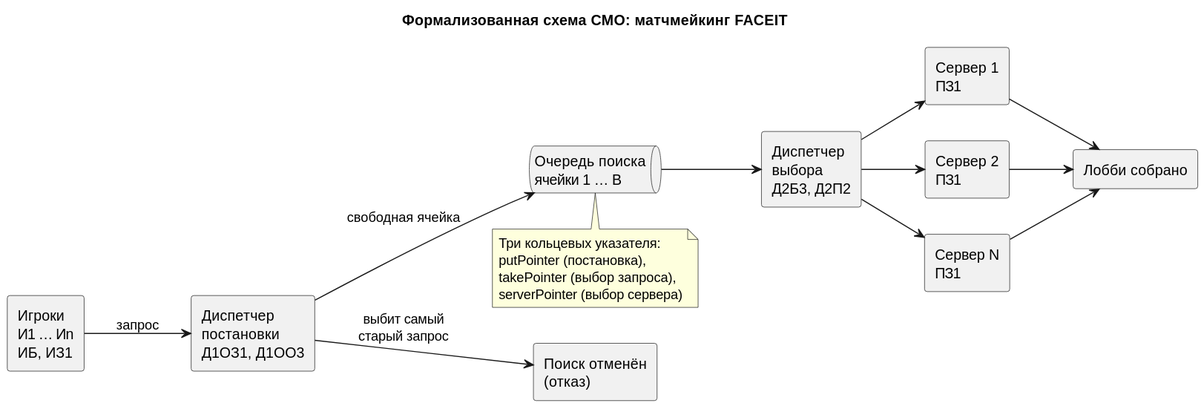
Before: artifacts/imgs/formalized-scheme.svg, a diagram exported from PlantUML (Exam-Play/smo-faceit-matchmaking). Source of this version:
```plantuml
@startuml
title Формализованная схема СМО: матчмейкинг FACEIT
left to right direction
skinparam shadowing false

rectangle "Игроки\nИ1 … Иn\nИБ, ИЗ1" as P
rectangle "Диспетчер\nпостановки\nД1ОЗ1, Д1ОО3" as DP
queue "Очередь поиска\nячейки 1 … B" as Q
rectangle "Диспетчер\nвыбора\nД2Б3, Д2П2" as DV
rectangle "Сервер 1\nПЗ1" as S1
rectangle "Сервер 2\nПЗ1" as S2
rectangle "Сервер N\nПЗ1" as SN
rectangle "Лобби собрано" as OK
rectangle "Поиск отменён\n(отказ)" as REJ

P --> DP : запрос
DP --> Q : свободная ячейка
DP --> REJ : выбит самый\nстарый запрос
Q --> DV
DV --> S1
DV --> S2
DV --> SN
S1 --> OK
S2 --> OK
SN --> OK

note bottom of Q
  Три кольцевых указателя:
  putPointer (постановка),
  takePointer (выбор запроса),
  serverPointer (выбор сервера)
end note
@enduml
```
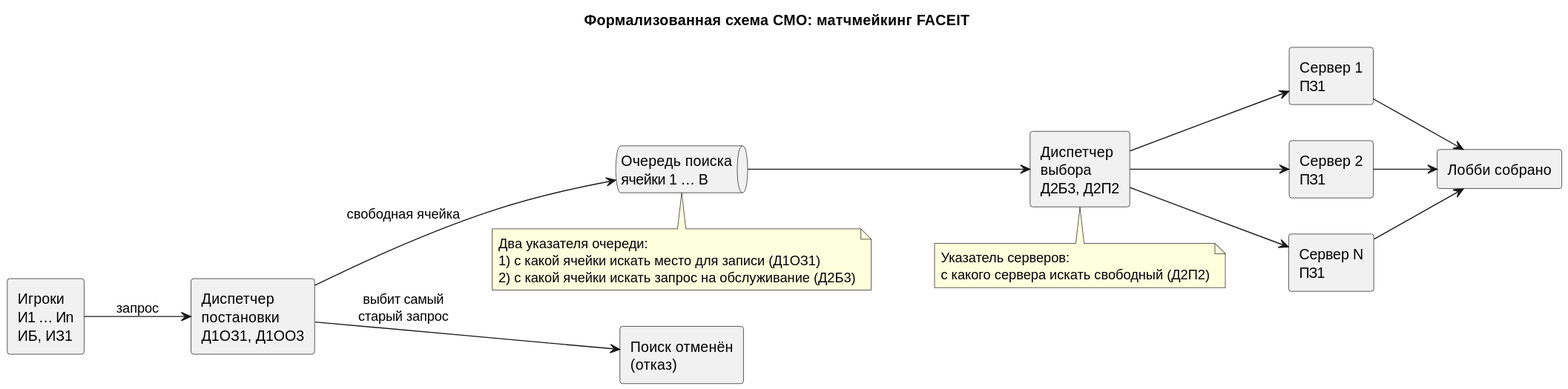
After the commit.

What changed in the source:
```diff
@@ -25,9 +25,13 @@
 SN --> OK
 
 note bottom of Q
-  Три кольцевых указателя:
-  putPointer (постановка),
-  takePointer (выбор запроса),
-  serverPointer (выбор сервера)
+  Два указателя очереди:
+  1) с какой ячейки искать место для записи (Д1ОЗ1)
+  2) с какой ячейки искать запрос на обслуживание (Д2Б3)
+end note
+
+note bottom of DV
+  Указатель серверов:
+  с какого сервера искать свободный (Д2П2)
 end note
 @enduml
```
